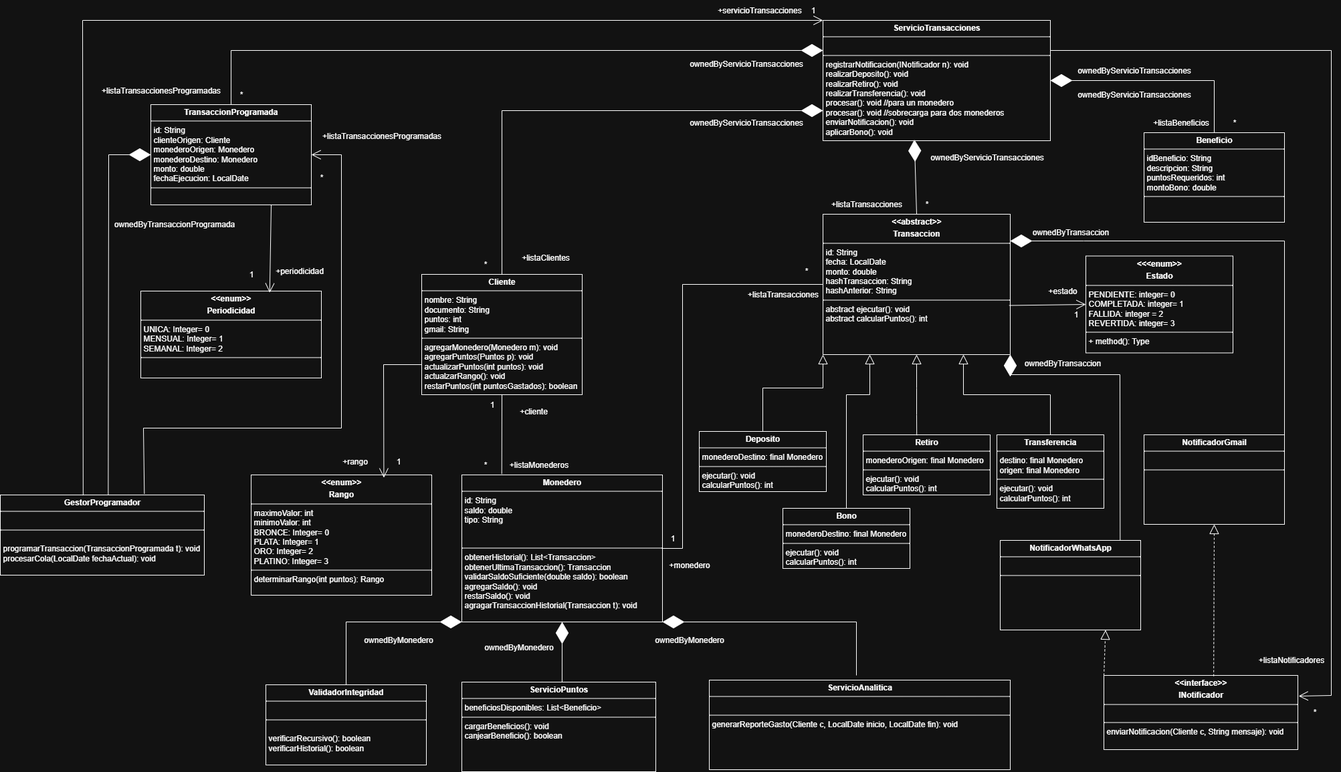
Above: Diagrama UML.png in MiguelGarciaVilla/ProyectoFinalMonedero (draw.io), before the change. Source tidied: cells renumbered, new cells last; positions are measured from the earlier drawing's top-left corner, leaving out a move shared by most shapes.
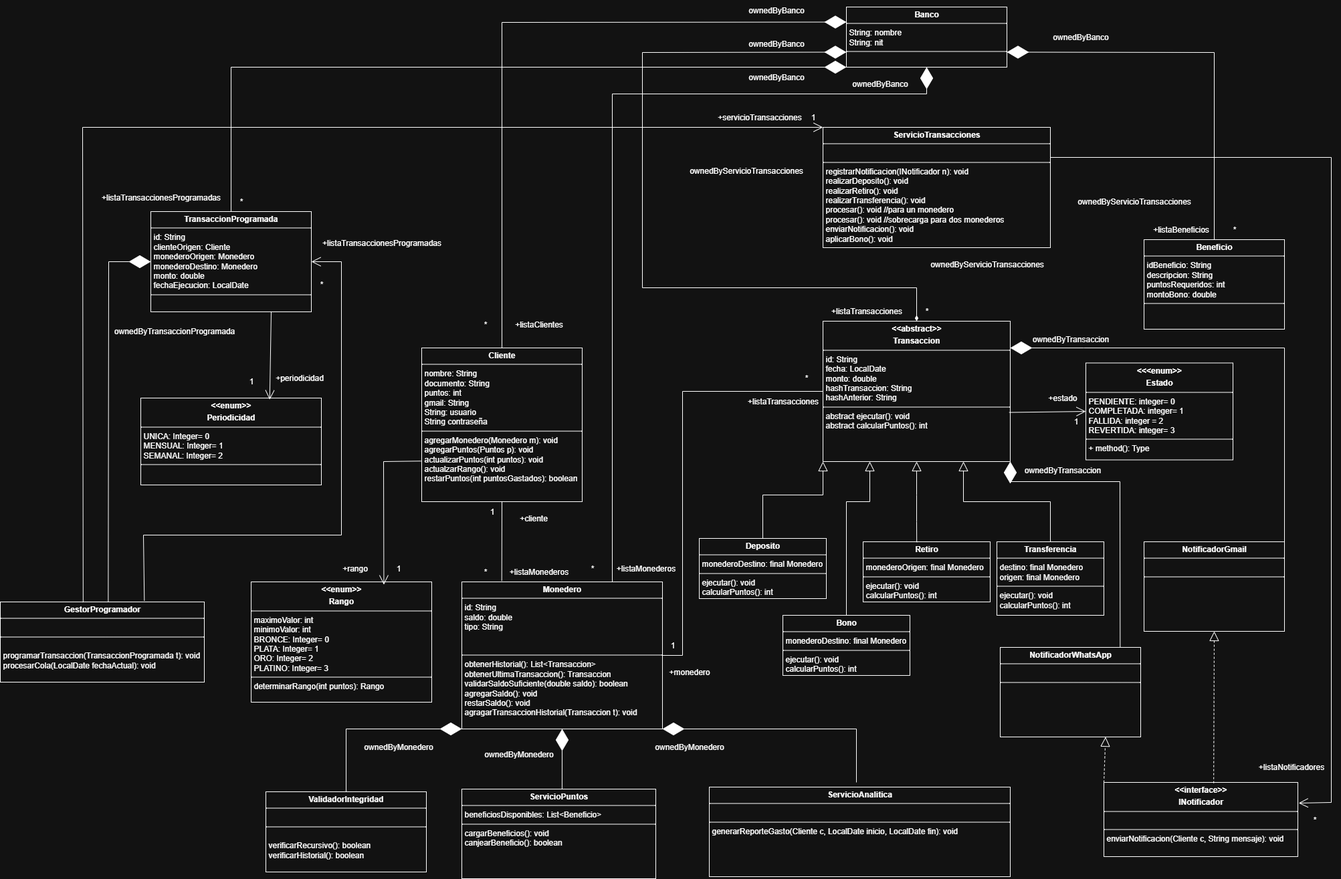
The same diagram one commit later.

Commit message:
Diagrama corregido añadiendo su base de datos "Banco"

The edit, as a diff of the source:
```diff
@@ -5,8 +5,8 @@
     <mxCell id="2" value="&lt;p style=&quot;margin:0px;margin-top:4px;text-align:center;&quot;&gt;&lt;b&gt;ServicioTransacciones&lt;/b&gt;&lt;/p&gt;&lt;hr size=&quot;1&quot; style=&quot;border-style:solid;&quot;&gt;&lt;p style=&quot;margin:0px;margin-left:4px;&quot;&gt;&lt;br&gt;&lt;/p&gt;&lt;hr size=&quot;1&quot; style=&quot;border-style:solid;&quot;&gt;&lt;p style=&quot;margin:0px;margin-left:4px;&quot;&gt;registrarNotificacion(INotificador n): void&lt;/p&gt;&lt;p style=&quot;margin:0px;margin-left:4px;&quot;&gt;realizarDeposito(): void&lt;/p&gt;&lt;p style=&quot;margin:0px;margin-left:4px;&quot;&gt;realizarRetiro(): void&lt;/p&gt;&lt;p style=&quot;margin:0px;margin-left:4px;&quot;&gt;realizarTransferencia(): void&lt;/p&gt;&lt;p style=&quot;margin:0px;margin-left:4px;&quot;&gt;procesar(): void //para un monedero&lt;/p&gt;&lt;p style=&quot;margin:0px;margin-left:4px;&quot;&gt;procesar(): void //sobrecarga para dos monederos&lt;/p&gt;&lt;p style=&quot;margin:0px;margin-left:4px;&quot;&gt;enviarNotificacion(): void&lt;/p&gt;&lt;p style=&quot;margin:0px;margin-left:4px;&quot;&gt;aplicarBono(): void&lt;/p&gt;&lt;p style=&quot;margin:0px;margin-left:4px;&quot;&gt;&lt;br&gt;&lt;/p&gt;" style="verticalAlign=top;align=left;overflow=fill;html=1;whiteSpace=wrap;" parent="1" vertex="1">
       <mxGeometry x="1230" y="30" width="340" height="180" as="geometry" />
     </mxCell>
-    <mxCell id="3" value="&lt;p style=&quot;margin:0px;margin-top:4px;text-align:center;&quot;&gt;&lt;b&gt;Cliente&lt;/b&gt;&lt;/p&gt;&lt;hr size=&quot;1&quot; style=&quot;border-style:solid;&quot;&gt;&lt;p style=&quot;margin:0px;margin-left:4px;&quot;&gt;nombre: String&lt;/p&gt;&lt;p style=&quot;margin:0px;margin-left:4px;&quot;&gt;documento: String&lt;/p&gt;&lt;p style=&quot;margin:0px;margin-left:4px;&quot;&gt;puntos: int&lt;/p&gt;&lt;p style=&quot;margin:0px;margin-left:4px;&quot;&gt;gmail: String&lt;/p&gt;&lt;hr size=&quot;1&quot; style=&quot;border-style:solid;&quot;&gt;&lt;p style=&quot;margin:0px;margin-left:4px;&quot;&gt;&lt;span style=&quot;background-color: transparent; color: light-dark(rgb(0, 0, 0), rgb(255, 255, 255));&quot;&gt;agregarMonedero(Monedero m): void&lt;/span&gt;&lt;/p&gt;&lt;p style=&quot;margin:0px;margin-left:4px;&quot;&gt;agregarPuntos(Puntos p): void&lt;/p&gt;&lt;p style=&quot;margin:0px;margin-left:4px;&quot;&gt;actualizarPuntos(int puntos): void&lt;/p&gt;&lt;p style=&quot;margin:0px;margin-left:4px;&quot;&gt;actualzarRango(): void&lt;/p&gt;&lt;p style=&quot;margin:0px;margin-left:4px;&quot;&gt;restarPuntos(int puntosGastados): boolean&amp;nbsp;&lt;/p&gt;&lt;p style=&quot;margin:0px;margin-left:4px;&quot;&gt;&lt;br&gt;&lt;/p&gt;" style="verticalAlign=top;align=left;overflow=fill;html=1;whiteSpace=wrap;" parent="1" vertex="1">
-      <mxGeometry x="630" y="410" width="240" height="180" as="geometry" />
+    <mxCell id="3" value="&lt;p style=&quot;margin:0px;margin-top:4px;text-align:center;&quot;&gt;&lt;b&gt;Cliente&lt;/b&gt;&lt;/p&gt;&lt;hr size=&quot;1&quot; style=&quot;border-style:solid;&quot;&gt;&lt;p style=&quot;margin:0px;margin-left:4px;&quot;&gt;nombre: String&lt;/p&gt;&lt;p style=&quot;margin:0px;margin-left:4px;&quot;&gt;documento: String&lt;/p&gt;&lt;p style=&quot;margin:0px;margin-left:4px;&quot;&gt;puntos: int&lt;/p&gt;&lt;p style=&quot;margin:0px;margin-left:4px;&quot;&gt;gmail: String&lt;/p&gt;&lt;p style=&quot;margin:0px;margin-left:4px;&quot;&gt;String: usuario&lt;/p&gt;&lt;p style=&quot;margin:0px;margin-left:4px;&quot;&gt;String contraseña&lt;/p&gt;&lt;hr size=&quot;1&quot; style=&quot;border-style:solid;&quot;&gt;&lt;p style=&quot;margin:0px;margin-left:4px;&quot;&gt;&lt;span style=&quot;background-color: transparent; color: light-dark(rgb(0, 0, 0), rgb(255, 255, 255));&quot;&gt;agregarMonedero(Monedero m): void&lt;/span&gt;&lt;/p&gt;&lt;p style=&quot;margin:0px;margin-left:4px;&quot;&gt;agregarPuntos(Puntos p): void&lt;/p&gt;&lt;p style=&quot;margin:0px;margin-left:4px;&quot;&gt;actualizarPuntos(int puntos): void&lt;/p&gt;&lt;p style=&quot;margin:0px;margin-left:4px;&quot;&gt;actualzarRango(): void&lt;/p&gt;&lt;p style=&quot;margin:0px;margin-left:4px;&quot;&gt;restarPuntos(int puntosGastados): boolean&amp;nbsp;&lt;/p&gt;&lt;p style=&quot;margin:0px;margin-left:4px;&quot;&gt;&lt;br&gt;&lt;/p&gt;" style="verticalAlign=top;align=left;overflow=fill;html=1;whiteSpace=wrap;" parent="1" vertex="1">
+      <mxGeometry x="630" y="360" width="240" height="230" as="geometry" />
     </mxCell>
     <mxCell id="4" value="&lt;p style=&quot;margin:0px;margin-top:4px;text-align:center;&quot;&gt;&lt;b&gt;&amp;lt;&amp;lt;abstract&amp;gt;&amp;gt;&lt;/b&gt;&lt;/p&gt;&lt;p style=&quot;margin:0px;margin-top:4px;text-align:center;&quot;&gt;&lt;b&gt;Transaccion&lt;/b&gt;&lt;/p&gt;&lt;hr size=&quot;1&quot; style=&quot;border-style:solid;&quot;&gt;&lt;p style=&quot;margin:0px;margin-left:4px;&quot;&gt;id: String&lt;/p&gt;&lt;p style=&quot;margin:0px;margin-left:4px;&quot;&gt;fecha: LocalDate&lt;/p&gt;&lt;p style=&quot;margin:0px;margin-left:4px;&quot;&gt;monto: double&lt;/p&gt;&lt;p style=&quot;margin:0px;margin-left:4px;&quot;&gt;hashTransaccion: String&lt;/p&gt;&lt;p style=&quot;margin:0px;margin-left:4px;&quot;&gt;hashAnterior: String&lt;/p&gt;&lt;hr size=&quot;1&quot; style=&quot;border-style:solid;&quot;&gt;&lt;p style=&quot;margin:0px;margin-left:4px;&quot;&gt;&lt;span style=&quot;background-color: transparent; color: light-dark(rgb(0, 0, 0), rgb(255, 255, 255));&quot;&gt;abstract&lt;/span&gt;&lt;span style=&quot;background-color: transparent; color: light-dark(rgb(0, 0, 0), rgb(255, 255, 255));&quot;&gt;&amp;nbsp;&lt;/span&gt;ejecutar(): void&lt;/p&gt;&lt;p style=&quot;margin:0px;margin-left:4px;&quot;&gt;&lt;span style=&quot;background-color: transparent; color: light-dark(rgb(0, 0, 0), rgb(255, 255, 255));&quot;&gt;abstract&lt;/span&gt;&lt;span style=&quot;background-color: transparent; color: light-dark(rgb(0, 0, 0), rgb(255, 255, 255));&quot;&gt;&amp;nbsp;&lt;/span&gt;calcularPuntos(): int&lt;/p&gt;" style="verticalAlign=top;align=left;overflow=fill;html=1;whiteSpace=wrap;" parent="1" vertex="1">
       <mxGeometry x="1230" y="320" width="280" height="210" as="geometry" />
@@ -77,10 +77,10 @@
     <mxCell id="21" value="+cliente" style="text;html=1;align=center;verticalAlign=middle;strokeColor=none;fillColor=none;" parent="1" vertex="1">
       <mxGeometry x="762" y="600" width="70" height="30" as="geometry" />
     </mxCell>
-    <mxCell id="22" style="endArrow=open;endFill=1;endSize=12;html=1;rounded=0;entryX=0.735;entryY=0.023;entryDx=0;entryDy=0;exitX=0;exitY=0.75;exitDx=0;exitDy=0;entryPerimeter=0;" parent="1" edge="1" source="3" target="5">
+    <mxCell id="22" style="endArrow=open;endFill=1;endSize=12;html=1;rounded=0;entryX=0.735;entryY=0.023;entryDx=0;entryDy=0;exitX=-0.004;exitY=0.736;exitDx=0;exitDy=0;entryPerimeter=0;exitPerimeter=0;" parent="1" edge="1" source="3" target="5">
       <mxGeometry relative="1" as="geometry">
         <Array as="points">
-          <mxPoint x="573" y="545" />
+          <mxPoint x="573" y="530" />
         </Array>
       </mxGeometry>
     </mxCell>
@@ -191,24 +191,30 @@
     <mxCell id="51" value="&lt;p style=&quot;margin:0px;margin-top:4px;text-align:center;&quot;&gt;&lt;b&gt;ServicioAnalitica&lt;/b&gt;&lt;/p&gt;&lt;hr size=&quot;1&quot; style=&quot;border-style:solid;&quot;&gt;&lt;p style=&quot;margin:0px;margin-left:4px;&quot;&gt;&lt;br&gt;&lt;/p&gt;&lt;hr size=&quot;1&quot; style=&quot;border-style:solid;&quot;&gt;&lt;p style=&quot;margin:0px;margin-left:4px;&quot;&gt;generarReporteGasto(Cliente c, LocalDate inicio, LocalDate fin): void&lt;/p&gt;&lt;p style=&quot;margin:0px;margin-left:4px;&quot;&gt;&lt;br&gt;&lt;/p&gt;&lt;p style=&quot;margin:0px;margin-left:4px;&quot;&gt;&lt;br&gt;&lt;/p&gt;" style="verticalAlign=top;align=left;overflow=fill;html=1;whiteSpace=wrap;" parent="1" vertex="1">
       <mxGeometry x="1060" y="1017" width="450" height="134" as="geometry" />
     </mxCell>
-    <mxCell id="52" style="endArrow=diamondThin;endFill=1;endSize=30;html=1;rounded=0;entryX=0;entryY=0.75;entryDx=0;entryDy=0;exitX=0.5;exitY=0;exitDx=0;exitDy=0;" parent="1" edge="1" source="3" target="2">
+    <mxCell id="52" style="endArrow=diamondThin;endFill=1;endSize=30;html=1;rounded=0;entryX=0;entryY=0.25;entryDx=0;entryDy=0;exitX=0.5;exitY=0;exitDx=0;exitDy=0;" parent="1" edge="1" source="3" target="85">
       <mxGeometry relative="1" as="geometry">
         <Array as="points">
-          <mxPoint x="750" y="165" />
+          <mxPoint x="750" y="-127" />
         </Array>
       </mxGeometry>
     </mxCell>
     <mxCell id="53" value="*" style="text;html=1;align=center;verticalAlign=middle;strokeColor=none;fillColor=none;" parent="1" vertex="1">
-      <mxGeometry x="710" y="380" width="30" height="30" as="geometry" />
+      <mxGeometry x="710" y="310" width="30" height="30" as="geometry" />
     </mxCell>
     <mxCell id="54" value="+listaClientes" style="text;html=1;align=center;verticalAlign=middle;strokeColor=none;fillColor=none;" parent="1" vertex="1">
-      <mxGeometry x="765" y="370" width="100" height="30" as="geometry" />
+      <mxGeometry x="755" y="310" width="100" height="30" as="geometry" />
     </mxCell>
-    <mxCell id="55" value="ownedByServicioTransacciones" style="text;html=1;align=center;verticalAlign=middle;strokeColor=none;fillColor=none;" parent="1" vertex="1">
-      <mxGeometry x="1020" y="168" width="190" height="30" as="geometry" />
+    <mxCell id="55" value="ownedByBanco" style="text;html=1;align=center;verticalAlign=middle;strokeColor=none;fillColor=none;" parent="1" vertex="1">
+      <mxGeometry x="1105" y="-160" width="110" height="30" as="geometry" />
     </mxCell>
-    <mxCell id="56" style="endArrow=diamondThin;endFill=1;endSize=30;html=1;rounded=0;entryX=0.402;entryY=0.992;entryDx=0;entryDy=0;exitX=0.5;exitY=0;exitDx=0;exitDy=0;entryPerimeter=0;" parent="1" edge="1" source="4" target="2">
-      <mxGeometry relative="1" as="geometry" />
+    <mxCell id="56" style="endArrow=diamondThin;endFill=1;endSize=30;html=1;rounded=0;exitX=0.5;exitY=0;exitDx=0;exitDy=0;startArrow=diamondThin;startFill=1;entryX=0;entryY=0.75;entryDx=0;entryDy=0;" parent="1" edge="1" source="4" target="85">
+      <mxGeometry relative="1" as="geometry">
+        <Array as="points">
+          <mxPoint x="1370" y="270" />
+          <mxPoint x="960" y="270" />
+          <mxPoint x="960" y="-82" />
+        </Array>
+      </mxGeometry>
     </mxCell>
     <mxCell id="57" value="+listaTransacciones" style="text;html=1;align=center;verticalAlign=middle;strokeColor=none;fillColor=none;" parent="1" vertex="1">
       <mxGeometry x="1230" y="290" width="130" height="30" as="geometry" />
@@ -219,10 +225,10 @@
     <mxCell id="59" value="ownedByServicioTransacciones" style="text;html=1;align=center;verticalAlign=middle;strokeColor=none;fillColor=none;" parent="1" vertex="1">
       <mxGeometry x="1380" y="220" width="190" height="30" as="geometry" />
     </mxCell>
-    <mxCell id="60" style="endArrow=diamondThin;endFill=1;endSize=30;html=1;rounded=0;entryX=1;entryY=0.5;entryDx=0;entryDy=0;exitX=0.5;exitY=0;exitDx=0;exitDy=0;" parent="1" edge="1" source="37" target="2">
+    <mxCell id="60" style="endArrow=diamondThin;endFill=1;endSize=30;html=1;rounded=0;entryX=1;entryY=0.75;entryDx=0;entryDy=0;exitX=0.5;exitY=0;exitDx=0;exitDy=0;" parent="1" edge="1" source="37" target="85">
       <mxGeometry relative="1" as="geometry">
         <Array as="points">
-          <mxPoint x="1815" y="120" />
+          <mxPoint x="1815" y="-82" />
         </Array>
       </mxGeometry>
     </mxCell>
@@ -232,10 +238,10 @@
     <mxCell id="62" value="*" style="text;html=1;align=center;verticalAlign=middle;strokeColor=none;fillColor=none;" parent="1" vertex="1">
       <mxGeometry x="1830" y="168" width="30" height="30" as="geometry" />
     </mxCell>
-    <mxCell id="63" style="endArrow=diamondThin;endFill=1;endSize=30;html=1;rounded=0;entryX=0;entryY=0.25;entryDx=0;entryDy=0;exitX=0.5;exitY=0;exitDx=0;exitDy=0;" parent="1" edge="1" source="40" target="2">
+    <mxCell id="63" style="endArrow=diamondThin;endFill=1;endSize=30;html=1;rounded=0;entryX=0;entryY=1;entryDx=0;entryDy=0;exitX=0.5;exitY=0;exitDx=0;exitDy=0;" parent="1" edge="1" source="40" target="85">
       <mxGeometry relative="1" as="geometry">
         <Array as="points">
-          <mxPoint x="345" y="75" />
+          <mxPoint x="345" y="-60" />
         </Array>
       </mxGeometry>
     </mxCell>
@@ -285,8 +291,8 @@
         </Array>
       </mxGeometry>
     </mxCell>
-    <mxCell id="73" value="ownedByServicioTransacciones" style="text;html=1;align=center;verticalAlign=middle;strokeColor=none;fillColor=none;" parent="1" vertex="1">
-      <mxGeometry x="1600" y="90" width="190" height="30" as="geometry" />
+    <mxCell id="73" value="ownedByBanco" style="text;html=1;align=center;verticalAlign=middle;strokeColor=none;fillColor=none;" parent="1" vertex="1">
+      <mxGeometry x="1560" y="-120" width="110" height="30" as="geometry" />
     </mxCell>
     <mxCell id="74" value="ownedByServicioTransacciones" style="text;html=1;align=center;verticalAlign=middle;strokeColor=none;fillColor=none;" parent="1" vertex="1">
       <mxGeometry x="1600" y="126" width="190" height="30" as="geometry" />
@@ -331,5 +337,31 @@
         </Array>
       </mxGeometry>
     </mxCell>
+    <mxCell id="85" value="&lt;p style=&quot;margin:0px;margin-top:4px;text-align:center;&quot;&gt;&lt;b&gt;Banco&lt;/b&gt;&lt;/p&gt;&lt;hr size=&quot;1&quot; style=&quot;border-style:solid;&quot;&gt;&lt;p style=&quot;margin:0px;margin-left:4px;&quot;&gt;String: nombre&lt;/p&gt;&lt;p style=&quot;margin:0px;margin-left:4px;&quot;&gt;String: nit&lt;/p&gt;&lt;hr size=&quot;1&quot; style=&quot;border-style:solid;&quot;&gt;&lt;p style=&quot;margin:0px;margin-left:4px;&quot;&gt;&lt;br&gt;&lt;/p&gt;" style="verticalAlign=top;align=left;overflow=fill;html=1;whiteSpace=wrap;" parent="1" vertex="1">
+      <mxGeometry x="1265" y="-150" width="240" height="90" as="geometry" />
+    </mxCell>
+    <mxCell id="86" value="ownedByBanco" style="text;html=1;align=center;verticalAlign=middle;strokeColor=none;fillColor=none;" parent="1" vertex="1">
+      <mxGeometry x="1105" y="-110" width="110" height="30" as="geometry" />
+    </mxCell>
+    <mxCell id="87" value="ownedByBanco" style="text;html=1;align=center;verticalAlign=middle;strokeColor=none;fillColor=none;" parent="1" vertex="1">
+      <mxGeometry x="1105" y="-60" width="110" height="30" as="geometry" />
+    </mxCell>
+    <mxCell id="88" style="endArrow=diamondThin;endFill=1;endSize=30;html=1;rounded=0;exitX=0.75;exitY=0;exitDx=0;exitDy=0;entryX=0.5;entryY=1;entryDx=0;entryDy=0;" parent="1" edge="1" source="6" target="85">
+      <mxGeometry relative="1" as="geometry">
+        <Array as="points">
+          <mxPoint x="915" y="-20" />
+          <mxPoint x="1385" y="-20" />
+        </Array>
+      </mxGeometry>
+    </mxCell>
+    <mxCell id="89" value="ownedByBanco" style="text;html=1;align=center;verticalAlign=middle;strokeColor=none;fillColor=none;" parent="1" vertex="1">
+      <mxGeometry x="1260" y="-50" width="110" height="30" as="geometry" />
+    </mxCell>
+    <mxCell id="90" value="+listaMonederos" style="text;html=1;align=center;verticalAlign=middle;strokeColor=none;fillColor=none;" parent="1" vertex="1">
+      <mxGeometry x="910" y="675" width="110" height="30" as="geometry" />
+    </mxCell>
+    <mxCell id="91" value="*" style="text;html=1;align=center;verticalAlign=middle;strokeColor=none;fillColor=none;" parent="1" vertex="1">
+      <mxGeometry x="870" y="675" width="30" height="30" as="geometry" />
+    </mxCell>
   </root>
 </mxGraphModel>
```
